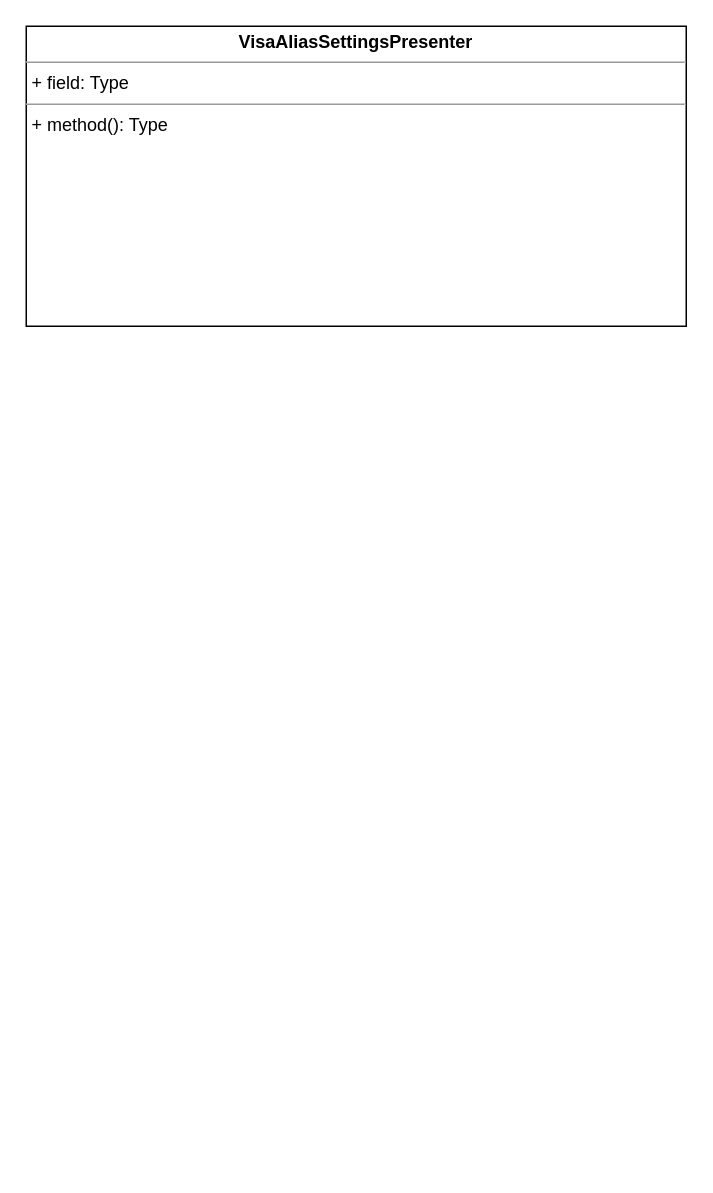
Before: UNI-15263.drawio in ShiryaevNikolay/diagrams, a draw.io diagram. Source tidied: cells renumbered, new cells numbered last; positions are measured from the earlier drawing's top-left corner, leaving out a move shared by most shapes. Both pictures are drawn from the tidied source at 150%, with x=0, y=0 at pixel (26, 26).
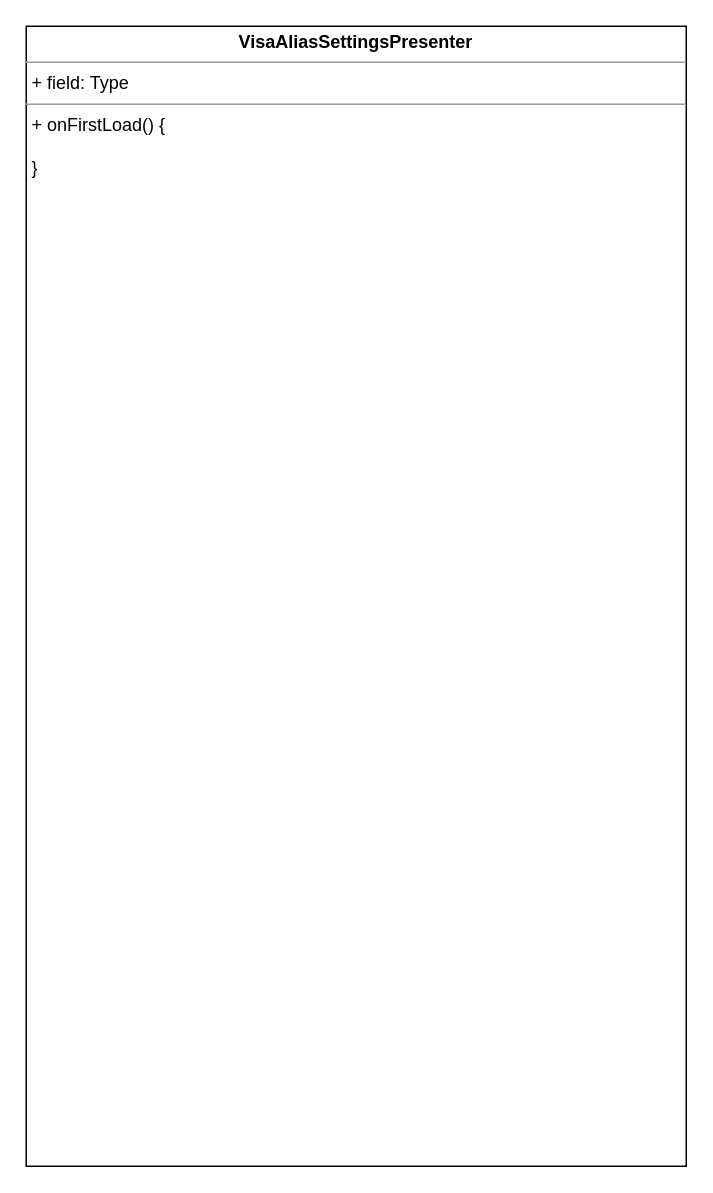
The same page after the edit.

Diff of the diagram source:
```diff
@@
 <mxGraphModel>
   <root>
     <mxCell id="0" />
     <mxCell id="1" parent="0" />
-    <mxCell id="2" value="&lt;p style=&quot;margin: 0px ; margin-top: 4px ; text-align: center&quot;&gt;&lt;b&gt;VisaAliasSettingsPresenter&lt;/b&gt;&lt;/p&gt;&lt;hr size=&quot;1&quot;&gt;&lt;p style=&quot;margin: 0px ; margin-left: 4px&quot;&gt;+ field: Type&lt;/p&gt;&lt;hr size=&quot;1&quot;&gt;&lt;p style=&quot;margin: 0px ; margin-left: 4px&quot;&gt;+ method(): Type&lt;/p&gt;" style="verticalAlign=top;align=left;overflow=fill;fontSize=12;fontFamily=Helvetica;html=1;" parent="1" vertex="1">
-      <mxGeometry width="440" height="200" as="geometry" />
+    <mxCell id="2" value="&lt;p style=&quot;margin: 0px ; margin-top: 4px ; text-align: center&quot;&gt;&lt;b&gt;VisaAliasSettingsPresenter&lt;/b&gt;&lt;/p&gt;&lt;hr size=&quot;1&quot;&gt;&lt;p style=&quot;margin: 0px ; margin-left: 4px&quot;&gt;+ field: Type&lt;/p&gt;&lt;hr size=&quot;1&quot;&gt;&lt;p style=&quot;margin: 0px ; margin-left: 4px&quot;&gt;+ onFirstLoad() {&lt;/p&gt;&lt;p style=&quot;margin: 0px ; margin-left: 4px&quot;&gt;&lt;br&gt;&lt;/p&gt;&lt;p style=&quot;margin: 0px ; margin-left: 4px&quot;&gt;}&lt;br&gt;&lt;/p&gt;" style="verticalAlign=top;align=left;overflow=fill;fontSize=12;fontFamily=Helvetica;html=1;" parent="1" vertex="1">
+      <mxGeometry width="440" height="760" as="geometry" />
     </mxCell>
   </root>
 </mxGraphModel>
```
